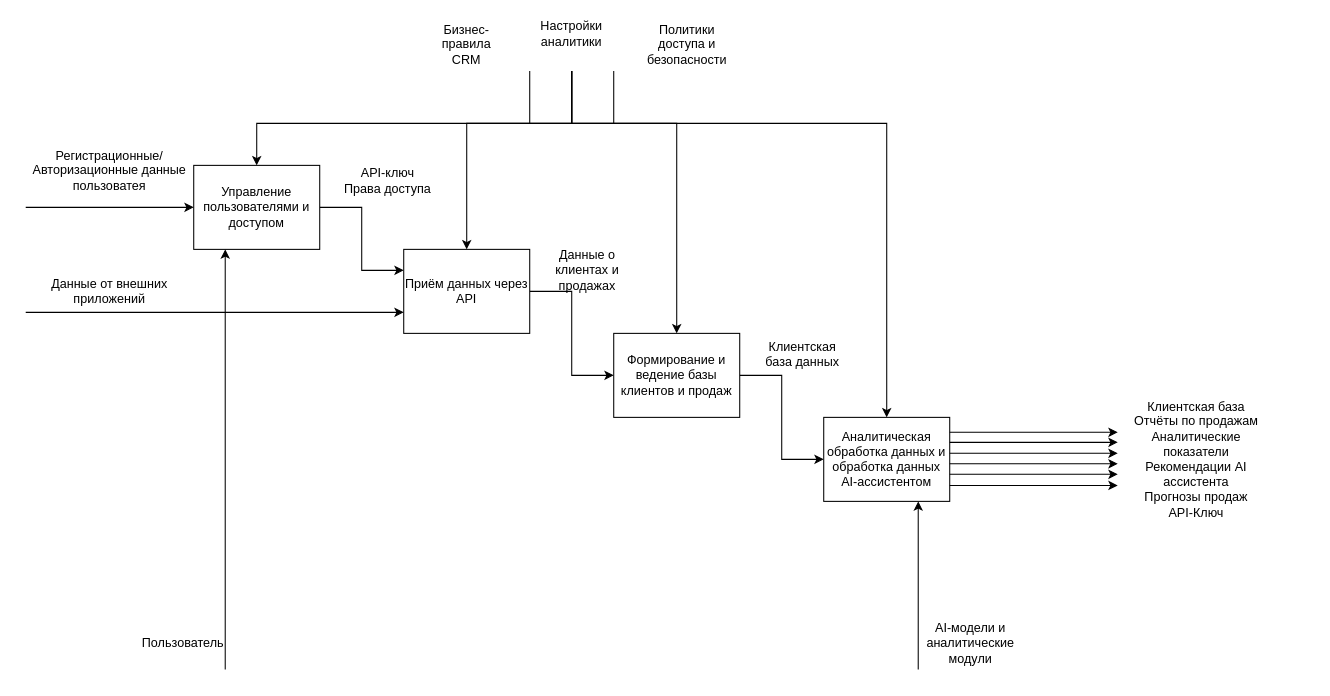
StandartU/ai_crm keeps this draw.io diagram as docs/src/idef0dec.drawio. Above is the earlier version. Source tidied: cells renumbered, new cells numbered last; positions are measured from the earlier drawing's top-left corner, leaving out a move shared by most shapes. Both pictures are drawn from the tidied source at 105%, with x=0, y=0 at pixel (25, 18).
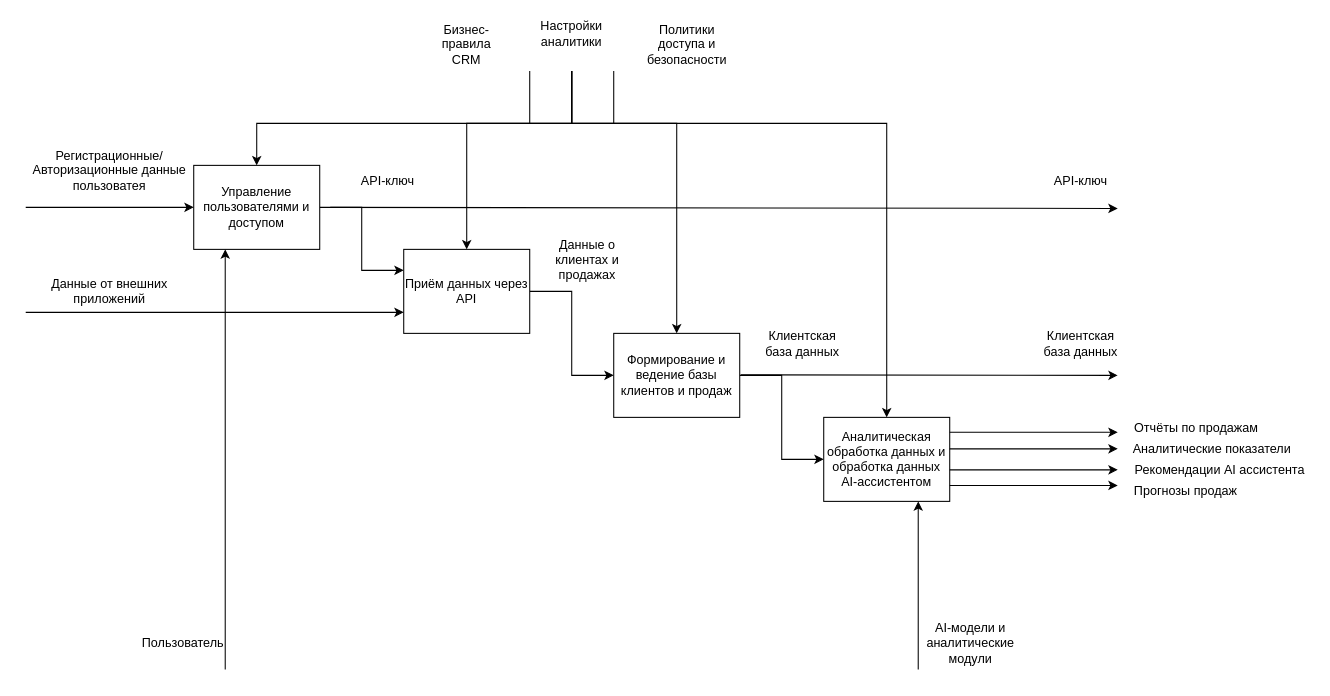
The same diagram, later.

Change to the diagram source:
```diff
@@
-    <mxCell id="13" value="&lt;div&gt;API-ключ&lt;/div&gt;&lt;div&gt;Права доступа&lt;/div&gt;" style="text;html=1;whiteSpace=wrap;strokeColor=none;fillColor=none;align=center;verticalAlign=middle;rounded=0;" parent="1" vertex="1">
+    <mxCell id="13" value="&lt;div&gt;API-ключ&lt;/div&gt;" style="text;html=1;whiteSpace=wrap;strokeColor=none;fillColor=none;align=center;verticalAlign=middle;rounded=0;" parent="1" vertex="1">
       <mxGeometry x="300" y="130" width="90" height="50" as="geometry" />
     </mxCell>
     <mxCell id="14" value="Данные о клиентах и продажах" style="text;html=1;whiteSpace=wrap;strokeColor=none;fillColor=none;align=center;verticalAlign=middle;rounded=0;" parent="1" vertex="1">
-      <mxGeometry x="500" y="220" width="70" height="40" as="geometry" />
+      <mxGeometry x="500" y="210" width="70" height="40" as="geometry" />
     </mxCell>
     <mxCell id="15" style="edgeStyle=none;orthogonalLoop=1;jettySize=auto;html=1;rounded=0;exitX=1;exitY=0.5;exitDx=0;exitDy=0;" parent="1" edge="1">
       <mxGeometry relative="1" as="geometry">
-        <mxPoint x="880" y="414.2" as="sourcePoint" />
-        <mxPoint x="1040" y="414.2" as="targetPoint" />
+        <mxPoint x="880" y="410" as="sourcePoint" />
+        <mxPoint x="1040" y="410" as="targetPoint" />
       </mxGeometry>
     </mxCell>
     <mxCell id="16" value="Клиентская база данных" style="text;html=1;whiteSpace=wrap;strokeColor=none;fillColor=none;align=center;verticalAlign=middle;rounded=0;" parent="1" vertex="1">
-      <mxGeometry x="700" y="300" width="80" height="40" as="geometry" />
+      <mxGeometry x="700" y="290" width="80" height="40" as="geometry" />
     </mxCell>
@@
-    <mxCell id="30" value="&lt;div&gt;Клиентская база&lt;/div&gt;&lt;div&gt;Отчёты по продажам&lt;/div&gt;&lt;div&gt;Аналитические показатели&lt;/div&gt;&lt;div&gt;Рекомендации AI ассистента&lt;/div&gt;&lt;div&gt;Прогнозы продаж&lt;/div&gt;API-Ключ" style="text;html=1;whiteSpace=wrap;strokeColor=none;fillColor=none;align=center;verticalAlign=middle;rounded=0;" parent="1" vertex="1">
-      <mxGeometry x="1040" y="365" width="150" height="110" as="geometry" />
-    </mxCell>
-    <mxCell id="31" style="edgeStyle=none;orthogonalLoop=1;jettySize=auto;html=1;rounded=0;exitX=1;exitY=0.5;exitDx=0;exitDy=0;" parent="1" edge="1">
-      <mxGeometry relative="1" as="geometry">
-        <mxPoint x="880" y="403.8" as="sourcePoint" />
-        <mxPoint x="1040" y="403.8" as="targetPoint" />
-      </mxGeometry>
-    </mxCell>
     <mxCell id="32" style="edgeStyle=none;orthogonalLoop=1;jettySize=auto;html=1;rounded=0;exitX=1;exitY=0.5;exitDx=0;exitDy=0;" parent="1" edge="1">
       <mxGeometry relative="1" as="geometry">
-        <mxPoint x="880" y="424.2" as="sourcePoint" />
-        <mxPoint x="1040" y="424.2" as="targetPoint" />
+        <mxPoint x="880" y="430" as="sourcePoint" />
+        <mxPoint x="1040" y="430" as="targetPoint" />
       </mxGeometry>
     </mxCell>
-    <mxCell id="33" style="edgeStyle=none;orthogonalLoop=1;jettySize=auto;html=1;rounded=0;exitX=1;exitY=0.5;exitDx=0;exitDy=0;" parent="1" edge="1">
-      <mxGeometry relative="1" as="geometry">
-        <mxPoint x="880" y="434.2" as="sourcePoint" />
-        <mxPoint x="1040" y="434.2" as="targetPoint" />
-      </mxGeometry>
-    </mxCell>
@@
+    <mxCell id="36" style="endArrow=classic;html=1;rounded=0;exitX=1;exitY=0.5;exitDx=0;exitDy=0;" parent="1" edge="1">
+      <mxGeometry relative="1" as="geometry">
+        <mxPoint x="681" y="339.5" as="sourcePoint" />
+        <mxPoint x="1040" y="340" as="targetPoint" />
+      </mxGeometry>
+    </mxCell>
+    <mxCell id="37" style="endArrow=classic;html=1;rounded=0;exitX=1;exitY=0.5;exitDx=0;exitDy=0;" parent="1" edge="1">
+      <mxGeometry relative="1" as="geometry">
+        <mxPoint x="290" y="180" as="sourcePoint" />
+        <mxPoint x="1040" y="181" as="targetPoint" />
+      </mxGeometry>
+    </mxCell>
+    <mxCell id="38" value="&lt;div&gt;API-ключ&lt;/div&gt;" style="text;html=1;whiteSpace=wrap;strokeColor=none;fillColor=none;align=center;verticalAlign=middle;rounded=0;" parent="1" vertex="1">
+      <mxGeometry x="960" y="130" width="90" height="50" as="geometry" />
+    </mxCell>
+    <mxCell id="39" value="Клиентская база данных" style="text;html=1;whiteSpace=wrap;strokeColor=none;fillColor=none;align=center;verticalAlign=middle;rounded=0;" parent="1" vertex="1">
+      <mxGeometry x="965" y="290" width="80" height="40" as="geometry" />
+    </mxCell>
+    <mxCell id="40" value="&lt;div&gt;Отчёты по продажам&lt;/div&gt;" style="text;html=1;whiteSpace=wrap;strokeColor=none;fillColor=none;align=center;verticalAlign=middle;rounded=0;" parent="1" vertex="1">
+      <mxGeometry x="1045" y="385" width="140" height="10" as="geometry" />
+    </mxCell>
+    <mxCell id="41" value="Аналитические показатели" style="text;html=1;whiteSpace=wrap;strokeColor=none;fillColor=none;align=center;verticalAlign=middle;rounded=0;" parent="1" vertex="1">
+      <mxGeometry x="1050" y="405" width="160" height="10" as="geometry" />
+    </mxCell>
+    <mxCell id="42" value="Рекомендации AI ассистента" style="text;html=1;whiteSpace=wrap;strokeColor=none;fillColor=none;align=center;verticalAlign=middle;rounded=0;" parent="1" vertex="1">
+      <mxGeometry x="1050" y="425" width="175" height="10" as="geometry" />
+    </mxCell>
+    <mxCell id="43" value="&lt;div&gt;Прогнозы продаж&lt;/div&gt;" style="text;html=1;whiteSpace=wrap;strokeColor=none;fillColor=none;align=center;verticalAlign=middle;rounded=0;" parent="1" vertex="1">
+      <mxGeometry x="1045" y="445" width="120" height="10" as="geometry" />
+    </mxCell>
```
